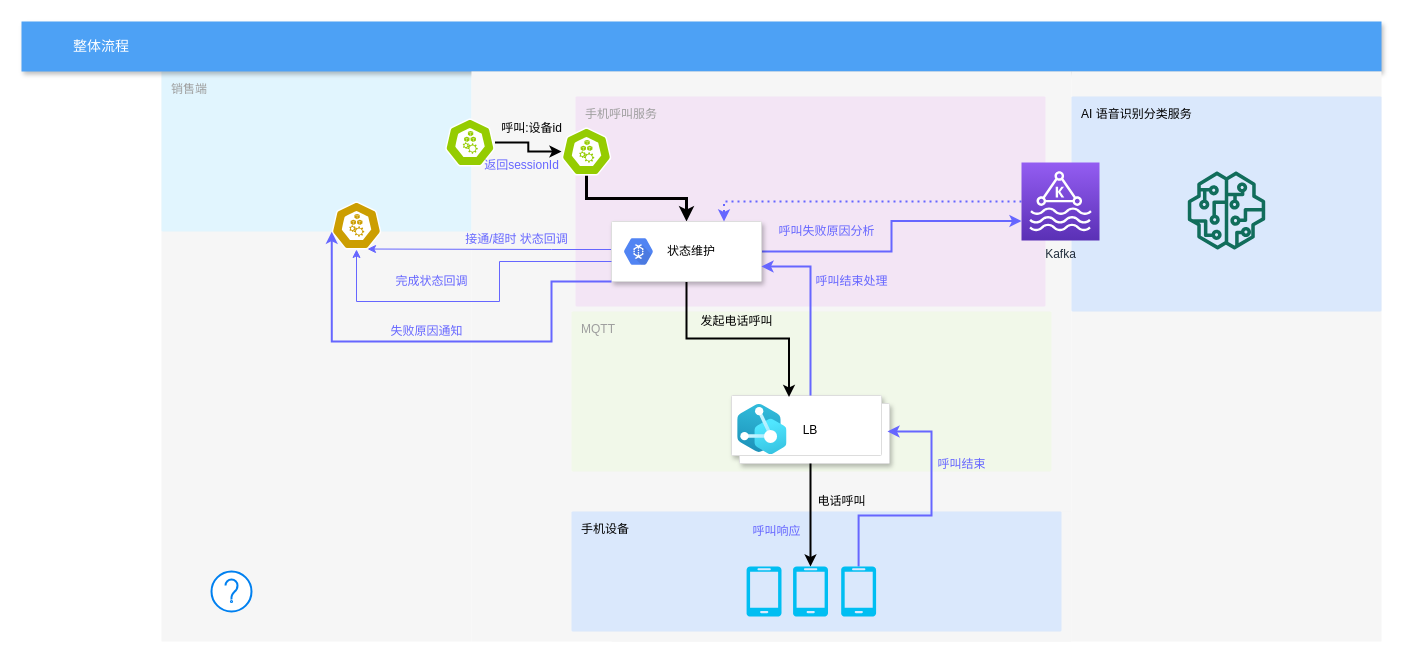
Before: craft/Copy of task_magr1.drawio in feihu618/drawio, a draw.io diagram. Source tidied: cells renumbered, new cells numbered last; positions are measured from the earlier drawing's top-left corner, leaving out a move shared by most shapes. Both pictures are drawn from the tidied source at 100%, with x=0, y=0 at pixel (21, 21).
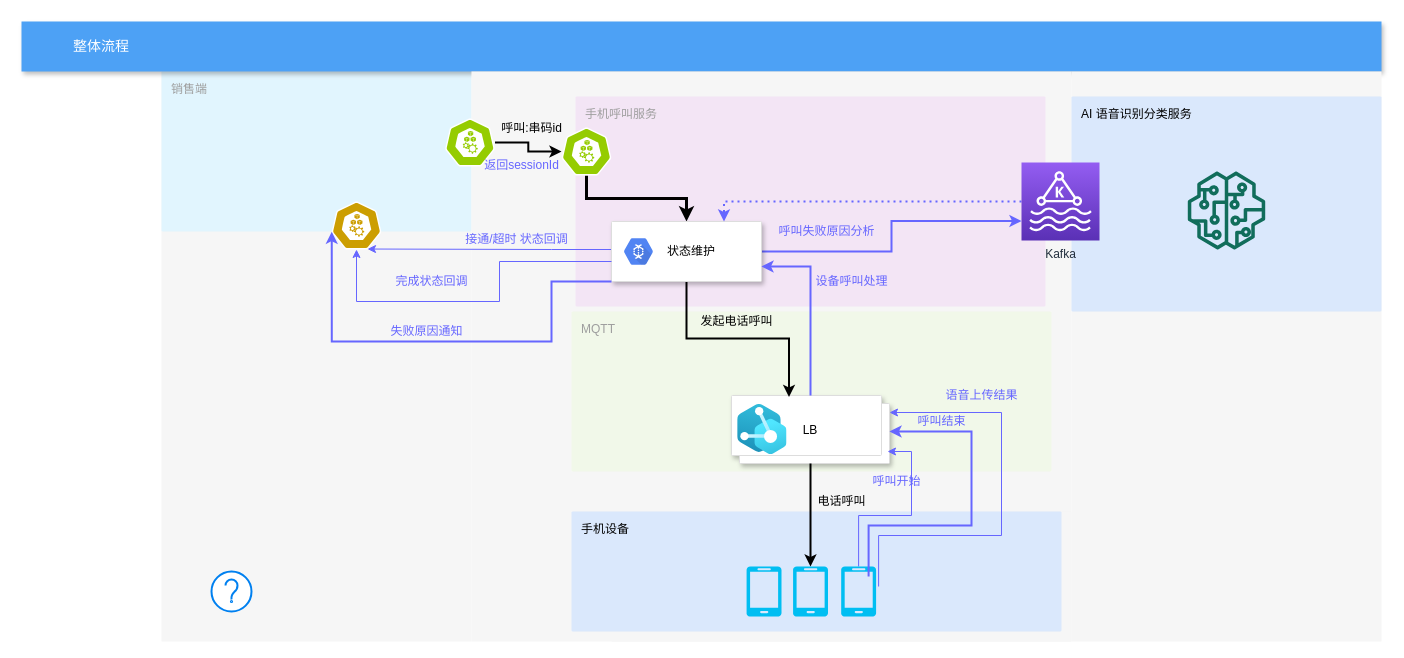
Above is the later version.

The change refers to these unchanged cells:
```xml
<mxCell id="10" value="LB" style="shape=mxgraph.gcp2.doubleRect;strokeColor=#dddddd;shadow=1;strokeWidth=1;" parent="9" vertex="1">
  <mxGeometry width="158" height="68" as="geometry" />
</mxCell>
<mxCell id="32" style="verticalLabelPosition=bottom;html=1;verticalAlign=top;align=center;strokeColor=none;fillColor=#00BEF2;shape=mxgraph.azure.mobile;fontColor=#6666FF;" parent="1" vertex="1">
  <mxGeometry x="819.6" y="545" width="35" height="50" as="geometry" />
</mxCell>
```

Diff of the diagram source:
```diff
@@
-    <mxCell id="19" value="呼叫:设备id" style="text;html=1;align=center;verticalAlign=middle;fillColor=none;strokeColor=none;rounded=0;" parent="1" vertex="1">
+    <mxCell id="19" value="呼叫:串码id" style="text;html=1;align=center;verticalAlign=middle;fillColor=none;strokeColor=none;rounded=0;" parent="1" vertex="1">
       <mxGeometry x="470" y="97" width="80" height="20" as="geometry" />
     </mxCell>
@@
-    <mxCell id="31" style="edgeStyle=orthogonalEdgeStyle;rounded=0;jettySize=auto;html=1;strokeWidth=2;fontColor=#6666FF;strokeColor=#6666FF;" parent="1" edge="1" source="32">
+    <mxCell id="31" style="edgeStyle=orthogonalEdgeStyle;rounded=0;jettySize=auto;html=1;strokeWidth=1;fontColor=#6666FF;strokeColor=#6666FF;" parent="1" edge="1" source="32">
       <mxGeometry relative="1" as="geometry">
-        <mxPoint x="866" y="410" as="targetPoint" />
+        <mxPoint x="866" y="430" as="targetPoint" />
         <Array as="points">
           <mxPoint x="837" y="494" />
-          <mxPoint x="910" y="494" />
-          <mxPoint x="910" y="410" />
-          <mxPoint x="866" y="410" />
+          <mxPoint x="890" y="494" />
+          <mxPoint x="890" y="430" />
         </Array>
       </mxGeometry>
     </mxCell>
@@
-    <mxCell id="35" value="呼叫响应" style="text;html=1;align=center;verticalAlign=middle;fillColor=none;strokeColor=none;rounded=0;fontColor=#6666FF;" parent="1" vertex="1">
-      <mxGeometry x="725" y="500" width="60" height="20" as="geometry" />
-    </mxCell>
     <mxCell id="36" value="呼叫结束" style="text;html=1;align=center;verticalAlign=middle;fillColor=none;strokeColor=none;rounded=0;fontColor=#6666FF;" parent="1" vertex="1">
-      <mxGeometry x="910" y="432.5" width="60" height="20" as="geometry" />
+      <mxGeometry x="890" y="390" width="60" height="20" as="geometry" />
     </mxCell>
@@
-    <mxCell id="42" value="呼叫结束处理" style="text;html=1;align=center;verticalAlign=middle;fillColor=none;strokeColor=none;rounded=0;fontColor=#6666FF;" parent="1" vertex="1">
+    <mxCell id="42" value="设备呼叫处理" style="text;html=1;align=center;verticalAlign=middle;fillColor=none;strokeColor=none;rounded=0;fontColor=#6666FF;" parent="1" vertex="1">
       <mxGeometry x="785" y="250" width="90" height="20" as="geometry" />
     </mxCell>
@@
+    <mxCell id="48" style="edgeStyle=orthogonalEdgeStyle;rounded=0;orthogonalLoop=1;jettySize=auto;html=1;strokeWidth=2;fontColor=#6666FF;strokeColor=#6666FF;" parent="1" edge="1">
+      <mxGeometry relative="1" as="geometry">
+        <mxPoint x="847.1" y="555" as="sourcePoint" />
+        <mxPoint x="868" y="410" as="targetPoint" />
+        <Array as="points">
+          <mxPoint x="847" y="504" />
+          <mxPoint x="950" y="504" />
+          <mxPoint x="950" y="410" />
+          <mxPoint x="868" y="410" />
+        </Array>
+      </mxGeometry>
+    </mxCell>
+    <mxCell id="49" style="edgeStyle=orthogonalEdgeStyle;rounded=0;jettySize=auto;html=1;strokeWidth=1;fontColor=#6666FF;strokeColor=#6666FF;entryX=1;entryY=0.25;entryDx=0;entryDy=0;" parent="1" edge="1" target="10">
+      <mxGeometry relative="1" as="geometry">
+        <mxPoint x="857.1" y="565" as="sourcePoint" />
+        <Array as="points">
+          <mxPoint x="857" y="514" />
+          <mxPoint x="980" y="514" />
+          <mxPoint x="980" y="391" />
+        </Array>
+      </mxGeometry>
+    </mxCell>
+    <mxCell id="50" value="呼叫开始" style="text;html=1;align=center;verticalAlign=middle;fillColor=none;strokeColor=none;rounded=0;fontColor=#6666FF;" parent="1" vertex="1">
+      <mxGeometry x="845" y="450" width="60" height="20" as="geometry" />
+    </mxCell>
+    <mxCell id="51" value="语音上传结果" style="text;html=1;align=center;verticalAlign=middle;fillColor=none;strokeColor=none;rounded=0;fontColor=#6666FF;" parent="1" vertex="1">
+      <mxGeometry x="915" y="364" width="90" height="20" as="geometry" />
+    </mxCell>
```
